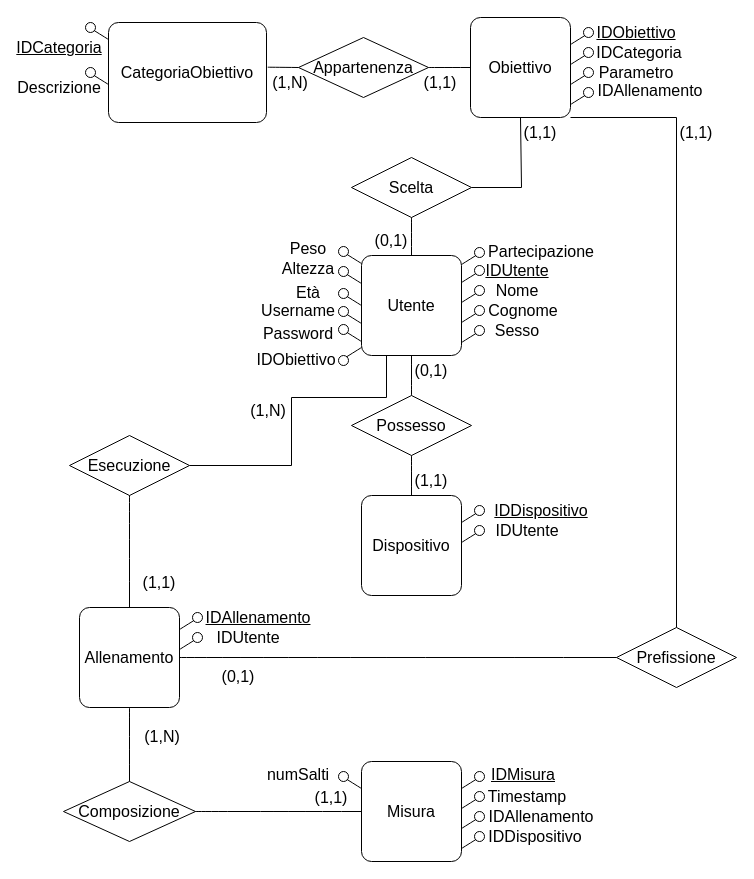
Earlier version of the draw.io diagram DiagrammaER.drawio (Pyrex-ops/JMP). Source tidied: cells renumbered, new cells numbered last; positions are measured from the earlier drawing's top-left corner, leaving out a move shared by most shapes. Both pictures are drawn from the tidied source at 100%, with x=0, y=0 at pixel (39, 17).
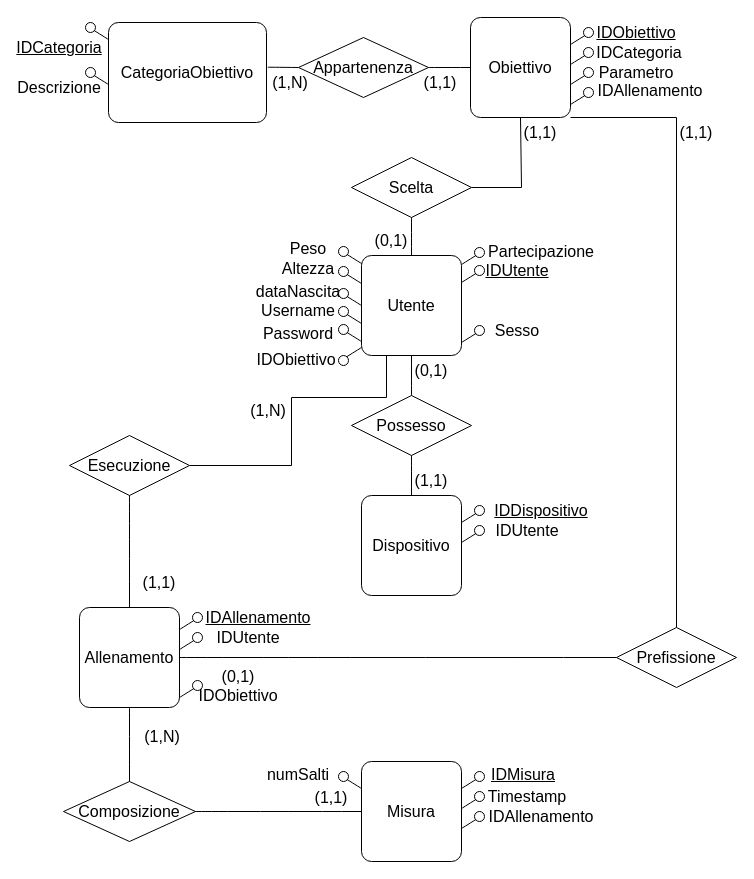
The same diagram, later.

Commit message (it also covers changes not shown here):
Modificato diagramma ER

Cambiamenti riportati anche nel database.

Change to the diagram source:
```diff
@@
-    <mxCell id="4" value="Nome" style="text;html=1;strokeColor=none;fillColor=none;align=center;verticalAlign=middle;whiteSpace=wrap;rounded=0;fontSize=16;labelBackgroundColor=none;" parent="1" vertex="1">
-      <mxGeometry x="458" y="263" width="40" height="20" as="geometry" />
-    </mxCell>
-    <mxCell id="5" value="Cognome" style="text;html=1;strokeColor=none;fillColor=none;align=center;verticalAlign=middle;whiteSpace=wrap;rounded=0;fontSize=16;labelBackgroundColor=none;" parent="1" vertex="1">
-      <mxGeometry x="464" y="283" width="40" height="20" as="geometry" />
-    </mxCell>
@@
-    <mxCell id="18" value="Età" style="text;html=1;strokeColor=none;fillColor=none;align=center;verticalAlign=middle;whiteSpace=wrap;rounded=0;fontSize=16;labelBackgroundColor=none;" parent="1" vertex="1">
-      <mxGeometry x="239" y="260" width="60" height="30" as="geometry" />
+    <mxCell id="18" value="dataNascita" style="text;html=1;strokeColor=none;fillColor=none;align=center;verticalAlign=middle;whiteSpace=wrap;rounded=0;fontSize=16;labelBackgroundColor=none;" parent="1" vertex="1">
+      <mxGeometry x="229" y="259" width="60" height="30" as="geometry" />
     </mxCell>
@@
-    <mxCell id="104" style="group;labelBackgroundColor=none;" parent="1" vertex="1">
-      <mxGeometry x="422" y="268" width="23" height="17" as="geometry" />
-    </mxCell>
-    <mxCell id="105" style="endArrow=none;html=1;exitX=1;exitY=0.25;exitDx=0;exitDy=0;rounded=0;fontSize=12;startSize=8;endSize=8;curved=1;labelBackgroundColor=none;fontColor=default;" parent="104" edge="1">
-      <mxGeometry relative="1" as="geometry">
-        <mxPoint y="17" as="sourcePoint" />
-        <mxPoint x="16" y="7" as="targetPoint" />
-      </mxGeometry>
-    </mxCell>
-    <mxCell id="106" style="ellipse;whiteSpace=wrap;html=1;fontSize=16;labelBackgroundColor=none;" parent="104" vertex="1">
-      <mxGeometry x="13" width="10" height="10" as="geometry" />
-    </mxCell>
-    <mxCell id="107" style="group;labelBackgroundColor=none;" parent="1" vertex="1">
-      <mxGeometry x="422" y="288" width="23" height="17" as="geometry" />
-    </mxCell>
-    <mxCell id="108" style="endArrow=none;html=1;exitX=1;exitY=0.25;exitDx=0;exitDy=0;rounded=0;fontSize=12;startSize=8;endSize=8;curved=1;labelBackgroundColor=none;fontColor=default;" parent="107" edge="1">
-      <mxGeometry relative="1" as="geometry">
-        <mxPoint y="17" as="sourcePoint" />
-        <mxPoint x="16" y="7" as="targetPoint" />
-      </mxGeometry>
-    </mxCell>
-    <mxCell id="109" style="ellipse;whiteSpace=wrap;html=1;fontSize=16;labelBackgroundColor=none;" parent="107" vertex="1">
-      <mxGeometry x="13" width="10" height="10" as="geometry" />
-    </mxCell>
@@
-    <mxCell id="131" style="group;labelBackgroundColor=none;" parent="1" vertex="1">
-      <mxGeometry x="422" y="814" width="23" height="17" as="geometry" />
-    </mxCell>
-    <mxCell id="132" style="endArrow=none;html=1;exitX=1;exitY=0.25;exitDx=0;exitDy=0;rounded=0;fontSize=12;startSize=8;endSize=8;curved=1;labelBackgroundColor=none;fontColor=default;" parent="131" edge="1">
-      <mxGeometry relative="1" as="geometry">
-        <mxPoint y="17" as="sourcePoint" />
-        <mxPoint x="16" y="7" as="targetPoint" />
-      </mxGeometry>
-    </mxCell>
-    <mxCell id="133" style="ellipse;whiteSpace=wrap;html=1;fontSize=16;labelBackgroundColor=none;" parent="131" vertex="1">
-      <mxGeometry x="13" width="10" height="10" as="geometry" />
-    </mxCell>
-    <mxCell id="134" value="IDDispositivo" style="text;html=1;strokeColor=none;fillColor=none;align=center;verticalAlign=middle;whiteSpace=wrap;rounded=0;fontStyle=0;fontSize=16;labelBackgroundColor=none;" parent="1" vertex="1">
-      <mxGeometry x="476" y="807" width="40" height="23" as="geometry" />
-    </mxCell>
@@
+    <mxCell id="142" value="IDObiettivo" style="text;html=1;strokeColor=none;fillColor=none;align=center;verticalAlign=middle;whiteSpace=wrap;rounded=0;fontSize=16;labelBackgroundColor=none;" parent="1" vertex="1">
+      <mxGeometry x="169" y="663" width="60" height="30" as="geometry" />
+    </mxCell>
+    <mxCell id="143" style="group;flipV=0;flipH=0;labelBackgroundColor=none;" parent="1" vertex="1">
+      <mxGeometry x="140" y="663" width="23" height="17" as="geometry" />
+    </mxCell>
+    <mxCell id="144" style="endArrow=none;html=1;exitX=1;exitY=0.25;exitDx=0;exitDy=0;rounded=0;fontSize=12;startSize=8;endSize=8;curved=1;labelBackgroundColor=none;fontColor=default;" parent="143" edge="1">
+      <mxGeometry relative="1" as="geometry">
+        <mxPoint y="17" as="sourcePoint" />
+        <mxPoint x="16" y="7" as="targetPoint" />
+      </mxGeometry>
+    </mxCell>
+    <mxCell id="145" style="ellipse;whiteSpace=wrap;html=1;fontSize=16;labelBackgroundColor=none;" parent="143" vertex="1">
+      <mxGeometry x="13" width="10" height="10" as="geometry" />
+    </mxCell>
```
